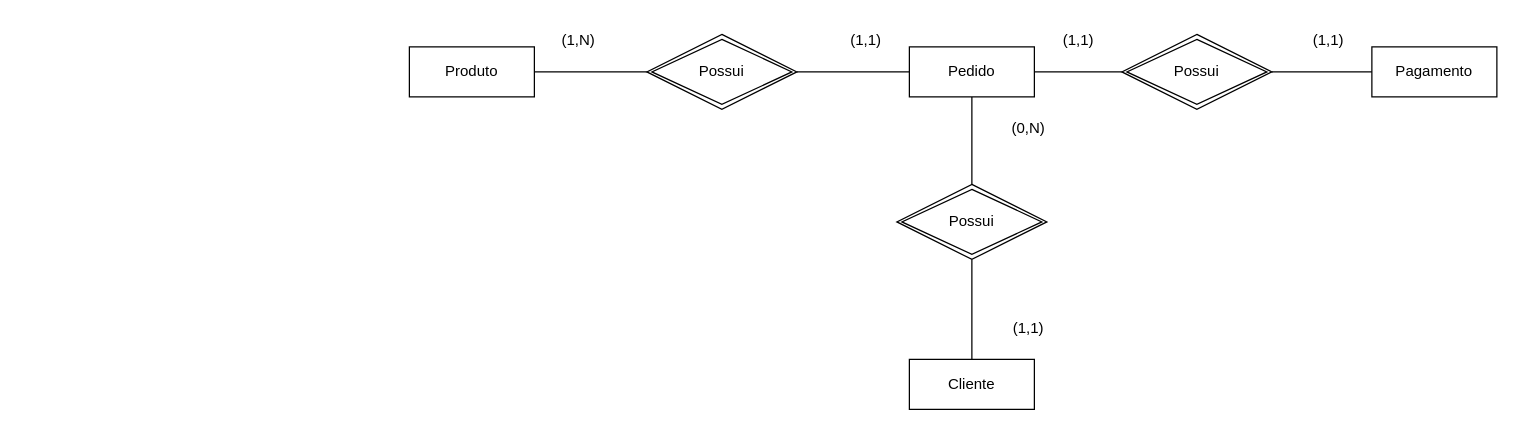
Luscatista/E-Commerce keeps this draw.io diagram as page "Modelo Conceitual" (1 of 3) of Banco de dados/Exercicios02Abril.drawio. Above is the earlier version. Source tidied: cells renumbered, new cells numbered last; positions are measured from the earlier drawing's top-left corner, leaving out a move shared by most shapes. Both pictures are drawn from the tidied source at 125%, with x=0, y=0 at pixel (409, 21).
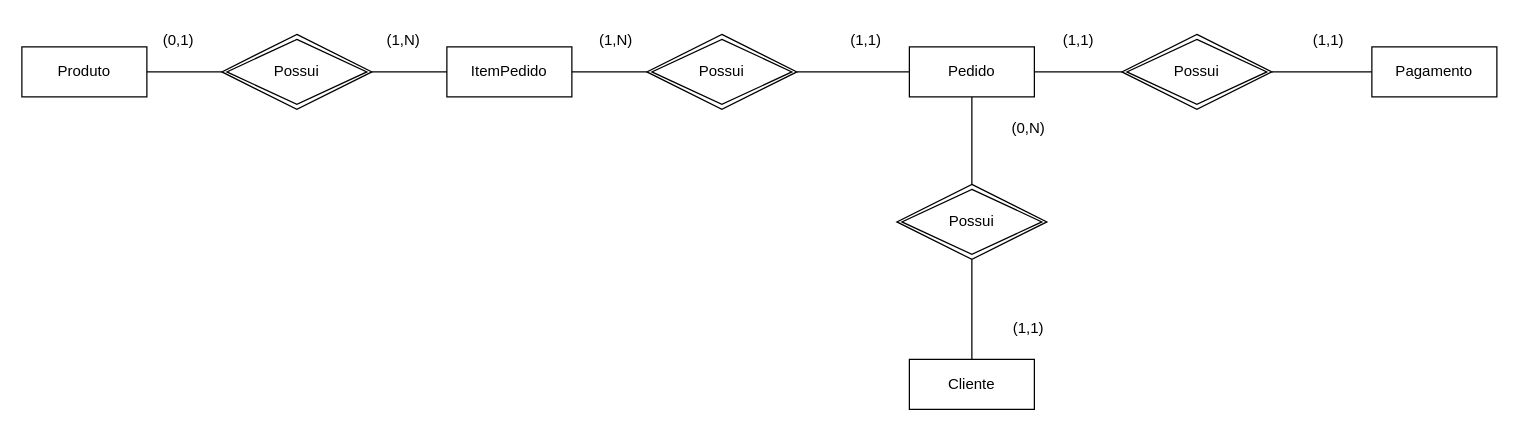
The same diagram, later.

The change refers to these unchanged cells:
```xml
<mxCell id="6" value="Possui" style="shape=rhombus;double=1;perimeter=rhombusPerimeter;whiteSpace=wrap;html=1;align=center;" parent="1" vertex="1">
  <mxGeometry x="190" y="10" width="120" height="60" as="geometry" />
</mxCell>
```

Diff of the diagram source:
```diff
@@
     <mxCell id="3" value="Produto" style="whiteSpace=wrap;html=1;align=center;" parent="1" vertex="1">
-      <mxGeometry y="20" width="100" height="40" as="geometry" />
+      <mxGeometry x="-310" y="20" width="100" height="40" as="geometry" />
     </mxCell>
@@
-    <mxCell id="9" style="endArrow=none;html=1;rounded=0;exitX=1;exitY=0.5;exitDx=0;exitDy=0;entryX=0;entryY=0.5;entryDx=0;entryDy=0;" parent="1" edge="1" source="3" target="6">
-      <mxGeometry relative="1" as="geometry" />
-    </mxCell>
@@
-    <mxCell id="16" value="(1,N)" style="text;html=1;align=center;verticalAlign=middle;strokeColor=none;fillColor=none;" parent="1" vertex="1">
-      <mxGeometry x="110" width="50" height="30" as="geometry" />
+    <mxCell id="16" value="(0,1)" style="text;html=1;align=center;verticalAlign=middle;strokeColor=none;fillColor=none;" parent="1" vertex="1">
+      <mxGeometry x="-210" width="50" height="30" as="geometry" />
     </mxCell>
@@
+    <mxCell id="21" value="Possui" style="shape=rhombus;double=1;perimeter=rhombusPerimeter;whiteSpace=wrap;html=1;align=center;" parent="1" vertex="1">
+      <mxGeometry x="-150" y="10" width="120" height="60" as="geometry" />
+    </mxCell>
+    <mxCell id="22" style="endArrow=none;html=1;rounded=0;exitX=1;exitY=0.5;exitDx=0;exitDy=0;entryX=0;entryY=0.5;entryDx=0;entryDy=0;" parent="1" edge="1" source="3" target="21">
+      <mxGeometry relative="1" as="geometry" />
+    </mxCell>
+    <mxCell id="23" value="ItemPedido" style="whiteSpace=wrap;html=1;align=center;" parent="1" vertex="1">
+      <mxGeometry x="30" y="20" width="100" height="40" as="geometry" />
+    </mxCell>
+    <mxCell id="24" style="endArrow=none;html=1;rounded=0;exitX=1;exitY=0.5;exitDx=0;exitDy=0;entryX=0;entryY=0.5;entryDx=0;entryDy=0;" parent="1" edge="1" source="21" target="23">
+      <mxGeometry relative="1" as="geometry" />
+    </mxCell>
+    <mxCell id="25" style="endArrow=none;html=1;rounded=0;exitX=1;exitY=0.5;exitDx=0;exitDy=0;entryX=0;entryY=0.5;entryDx=0;entryDy=0;" parent="1" edge="1" source="23" target="6">
+      <mxGeometry relative="1" as="geometry" />
+    </mxCell>
+    <mxCell id="26" value="(1,N)" style="text;html=1;align=center;verticalAlign=middle;strokeColor=none;fillColor=none;" parent="1" vertex="1">
+      <mxGeometry x="-30" width="50" height="30" as="geometry" />
+    </mxCell>
+    <mxCell id="27" value="(1,N)" style="text;html=1;align=center;verticalAlign=middle;strokeColor=none;fillColor=none;" parent="1" vertex="1">
+      <mxGeometry x="140" width="50" height="30" as="geometry" />
+    </mxCell>
```
